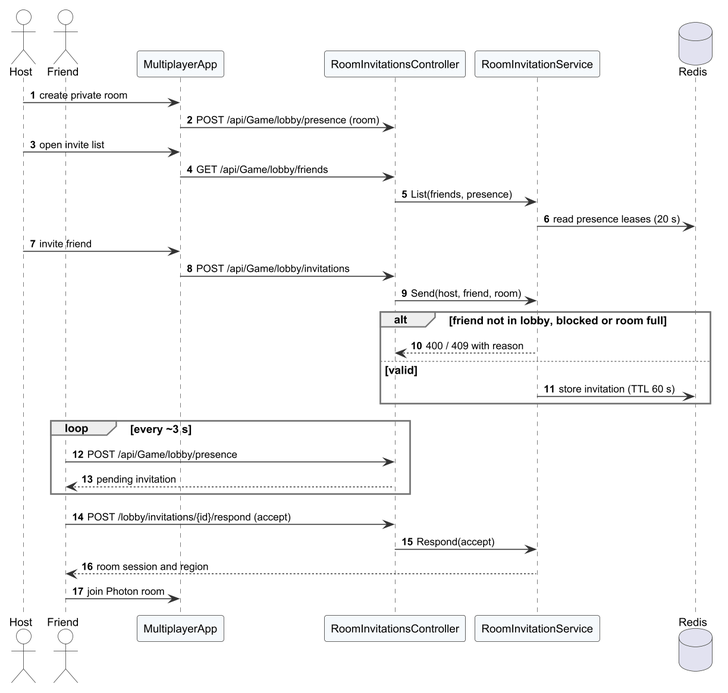
Tad-Min/PickleVerse keeps this PlantUML diagram as Doc/Project_report/Report/diagrams/png/r4_seq_invite.png. Above is the earlier version. Its diagram source:
```plantuml
@startuml r4_seq_invite
!include _style.iuml
autonumber
skinparam responseMessageBelowArrow true

actor Host
actor Friend
participant "MultiplayerApp" as App
participant "RoomInvitationsController" as C
participant "RoomInvitationService" as S
database "Redis" as R
Host -> App : create private room
App -> C : POST /api/Game/lobby/presence (room)
Host -> App : open invite list
App -> C : GET /api/Game/lobby/friends
C -> S : List(friends, presence)
S -> R : read presence leases (20 s)
Host -> App : invite friend
App -> C : POST /api/Game/lobby/invitations
C -> S : Send(host, friend, room)
alt friend not in lobby, blocked or room full
  S --> C : 400 / 409 with reason
else valid
  S -> R : store invitation (TTL 60 s)
end
loop every ~3 s
  Friend -> C : POST /api/Game/lobby/presence
  C --> Friend : pending invitation
end
Friend -> C : POST /lobby/invitations/{id}/respond (accept)
C -> S : Respond(accept)
S --> Friend : room session and region
Friend -> App : join Photon room
@enduml
```
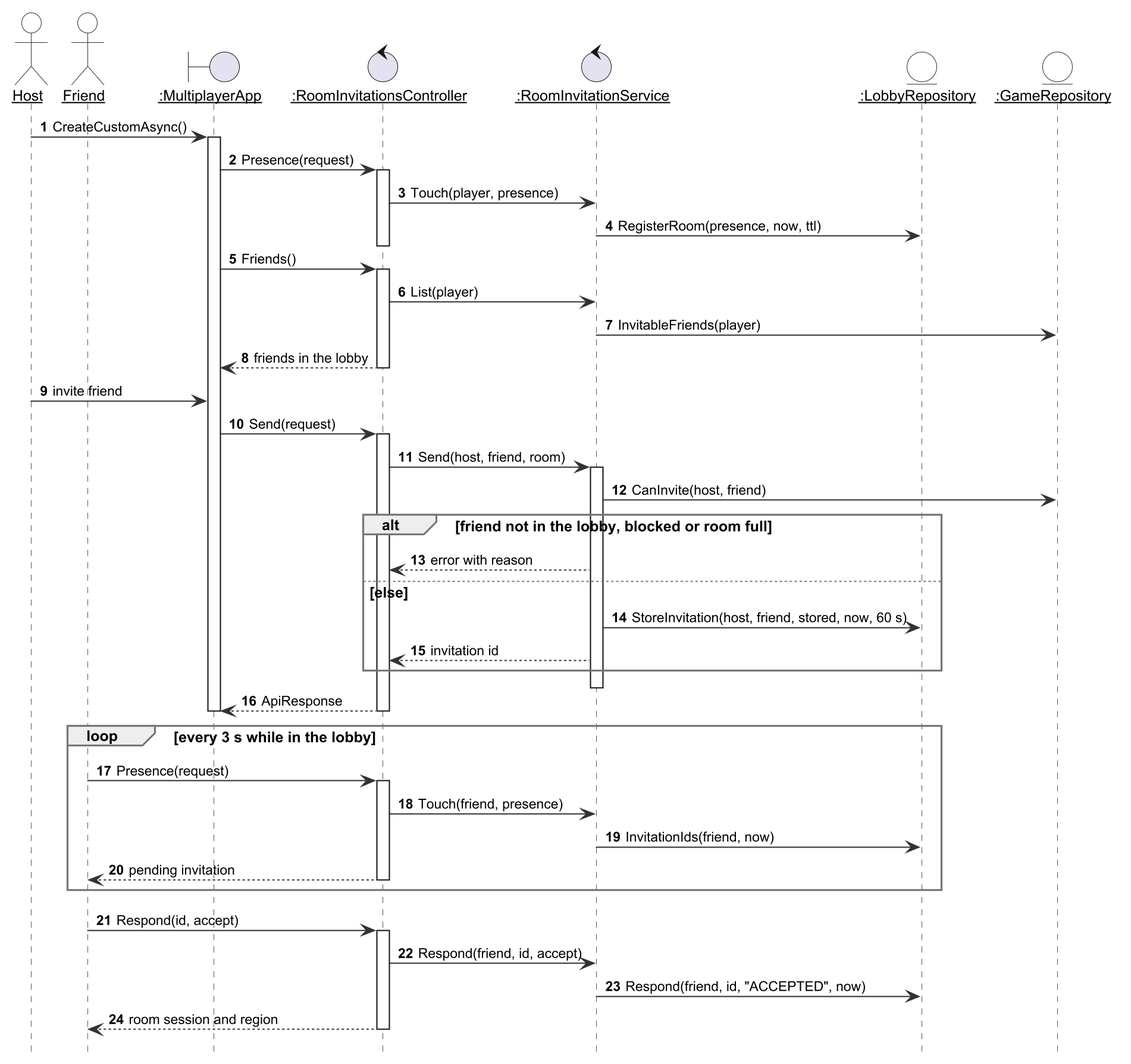
Later version of the same file.

Change to the diagram source:
```diff
@@ -2,33 +2,57 @@
 !include _style.iuml
 autonumber
 skinparam responseMessageBelowArrow true
+skinparam sequenceParticipant underline
+hide footbox
 
 actor Host
 actor Friend
-participant "MultiplayerApp" as App
-participant "RoomInvitationsController" as C
-participant "RoomInvitationService" as S
-database "Redis" as R
-Host -> App : create private room
-App -> C : POST /api/Game/lobby/presence (room)
-Host -> App : open invite list
-App -> C : GET /api/Game/lobby/friends
-C -> S : List(friends, presence)
-S -> R : read presence leases (20 s)
+boundary ":MultiplayerApp" as App
+control ":RoomInvitationsController" as C
+control ":RoomInvitationService" as S
+entity ":LobbyRepository" as R
+entity ":GameRepository" as G
+Host -> App : CreateCustomAsync()
+activate App
+App -> C : Presence(request)
+activate C
+C -> S : Touch(player, presence)
+S -> R : RegisterRoom(presence, now, ttl)
+deactivate C
+App -> C : Friends()
+activate C
+C -> S : List(player)
+S -> G : InvitableFriends(player)
+C --> App : friends in the lobby
+deactivate C
 Host -> App : invite friend
-App -> C : POST /api/Game/lobby/invitations
+App -> C : Send(request)
+activate C
 C -> S : Send(host, friend, room)
-alt friend not in lobby, blocked or room full
-  S --> C : 400 / 409 with reason
-else valid
-  S -> R : store invitation (TTL 60 s)
+activate S
+S -> G : CanInvite(host, friend)
+alt friend not in the lobby, blocked or room full
+  S --> C : error with reason
+else else
+  S -> R : StoreInvitation(host, friend, stored, now, 60 s)
+  S --> C : invitation id
 end
-loop every ~3 s
-  Friend -> C : POST /api/Game/lobby/presence
+deactivate S
+C --> App : ApiResponse
+deactivate C
+deactivate App
+loop every 3 s while in the lobby
+  Friend -> C : Presence(request)
+  activate C
+  C -> S : Touch(friend, presence)
+  S -> R : InvitationIds(friend, now)
   C --> Friend : pending invitation
+  deactivate C
 end
-Friend -> C : POST /lobby/invitations/{id}/respond (accept)
-C -> S : Respond(accept)
-S --> Friend : room session and region
-Friend -> App : join Photon room
+Friend -> C : Respond(id, accept)
+activate C
+C -> S : Respond(friend, id, accept)
+S -> R : Respond(friend, id, "ACCEPTED", now)
+C --> Friend : room session and region
+deactivate C
 @enduml
```
